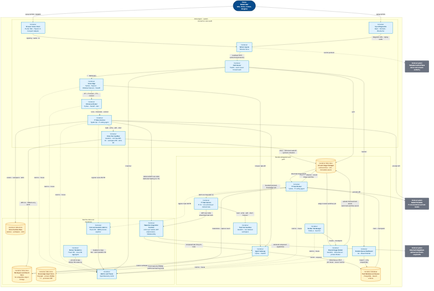
This is products/voice-agent/docs/architecture/c2-container.png from ragavsathish/agent-workload-platform, a Mermaid export, as it was before one commit. Its source is kept beside it as products/voice-agent/docs/architecture/c2-container.mmd.
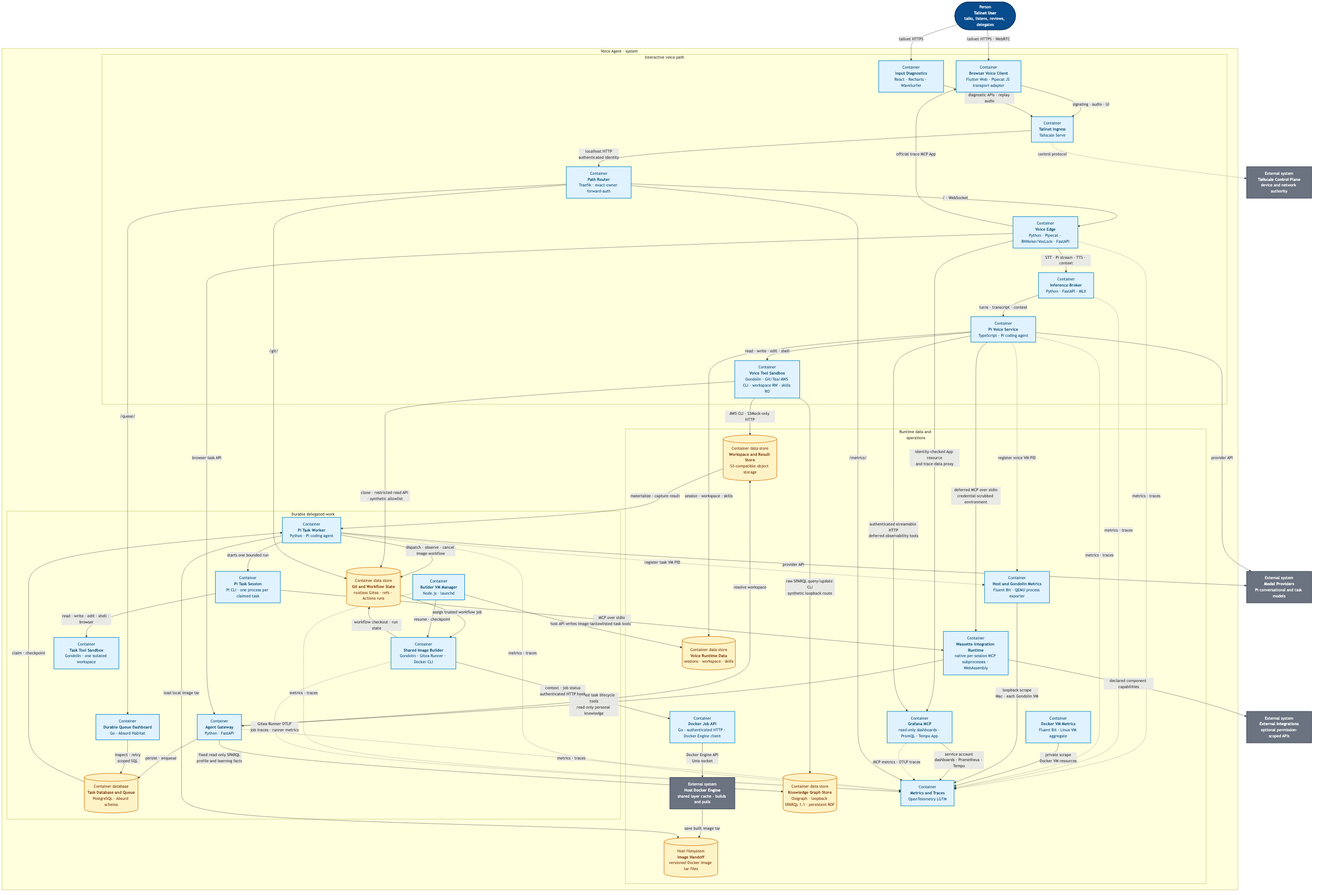
The same file after the commit.

Change to the diagram source:
```diff
@@ -34,7 +34,7 @@
             WORKER["Container<br/><b>Pi Task Worker</b><br/>Python · Pi coding agent"]
             TASK_PI["Container<br/><b>Pi Task Session</b><br/>Pi CLI · one process per claimed task"]
             BUILDER_MANAGER["Container<br/><b>Builder VM Manager</b><br/>Node.js · launchd"]
-            BUILDER_VM["Container<br/><b>Shared Image Builder</b><br/>Gondolin · Gitea Runner · private Docker"]
+            BUILDER_VM["Container<br/><b>Shared Image Builder</b><br/>Gondolin · Gitea Runner · Docker CLI"]
             TASK_VM["Container<br/><b>Task Tool Sandbox</b><br/>Gondolin · one isolated workspace"]
             GATEWAY -->|"persist · enqueue"| TASKS
             HABITAT -->|"inspect · retry<br/>scoped SQL"| TASKS
@@ -49,7 +49,10 @@
         subgraph DATA["Runtime data and operations"]
             direction LR
             VOICE_DATA[("Container data store<br/><b>Voice Runtime Data</b><br/>sessions · workspace · skills")]
-            GITEA[("Container data store<br/><b>Git and Image Packages</b><br/>rootless Gitea · refs · immutable assets")]
+            GITEA[("Container data store<br/><b>Git and Workflow State</b><br/>rootless Gitea · refs · Actions runs")]
+            DOCKER_JOB_API["Container<br/><b>Docker Job API</b><br/>Go · authenticated HTTP · Docker Engine client"]
+            HOST_DOCKER["External system<br/><b>Host Docker Engine</b><br/>shared layer cache · builds and pulls"]
+            IMAGE_HANDOFF[("Host filesystem<br/><b>Image Handoff</b><br/>versioned Docker image tar files")]
             ARTIFACTS[("Container data store<br/><b>Workspace and Result Store</b><br/>S3-compatible object storage")]
             OXIGRAPH[("Container data store<br/><b>Knowledge Graph Store</b><br/>Oxigraph · loopback SPARQL 1.1 · persistent RDF")]
             DOCKER_METRICS["Container<br/><b>Docker VM Metrics</b><br/>Fluent Bit · Linux VM aggregate"]
@@ -73,8 +76,12 @@
         GATEWAY -->|"resolve workspace"| ARTIFACTS
         GATEWAY -->|"fixed read-only SPARQL<br/>profile and learning facts"| OXIGRAPH
         ARTIFACTS -->|"materialize · capture result"| WORKER
-        BUILDER_VM -->|"upload checksummed assets<br/>restricted workflow secret"| GITEA
-        GITEA -->|"download image assets"| WORKER
+        BUILDER_VM -->|"workflow checkout · run state"| GITEA
+        BUILDER_VM -->|"context · job status<br/>authenticated HTTP hook"| DOCKER_JOB_API
+        DOCKER_JOB_API -->|"Docker Engine API<br/>Unix socket"| HOST_DOCKER
+        HOST_DOCKER -->|"save built image tar"| IMAGE_HANDOFF
+        WORKER -->|"load local image tar"| IMAGE_HANDOFF
+        BUILDER_MANAGER -->|"host API writes image tar"| VOICE_DATA
         EDGE -.->|"metrics · traces"| OTEL
         BROKER -.->|"metrics · traces"| OTEL
         PI -.->|"metrics · traces"| OTEL
@@ -105,6 +112,6 @@
     classDef container fill:#e0f2fe,color:#0c4a6e,stroke:#0284c7,stroke-width:2px;
     classDef data fill:#fef3c7,color:#78350f,stroke:#d97706,stroke-width:2px;
     class USER person;
-    class TSC,MODELS,INTEGRATIONS external;
-    class BROWSER,DIAGNOSTICS,INGRESS,ROUTER,EDGE,BROKER,PI,VOICE_VM,GATEWAY,HABITAT,WORKER,TASK_PI,BUILDER_MANAGER,BUILDER_VM,TASK_VM,DOCKER_METRICS,HOST_METRICS,WASSETTE,OTEL,GRAFANA_MCP container;
-    class TASKS,VOICE_DATA,GITEA,ARTIFACTS,OXIGRAPH data;
+    class TSC,MODELS,INTEGRATIONS,HOST_DOCKER external;
+    class BROWSER,DIAGNOSTICS,INGRESS,ROUTER,EDGE,BROKER,PI,VOICE_VM,GATEWAY,HABITAT,WORKER,TASK_PI,BUILDER_MANAGER,BUILDER_VM,TASK_VM,DOCKER_JOB_API,DOCKER_METRICS,HOST_METRICS,WASSETTE,OTEL,GRAFANA_MCP container;
+    class TASKS,VOICE_DATA,GITEA,ARTIFACTS,OXIGRAPH,IMAGE_HANDOFF data;
```
